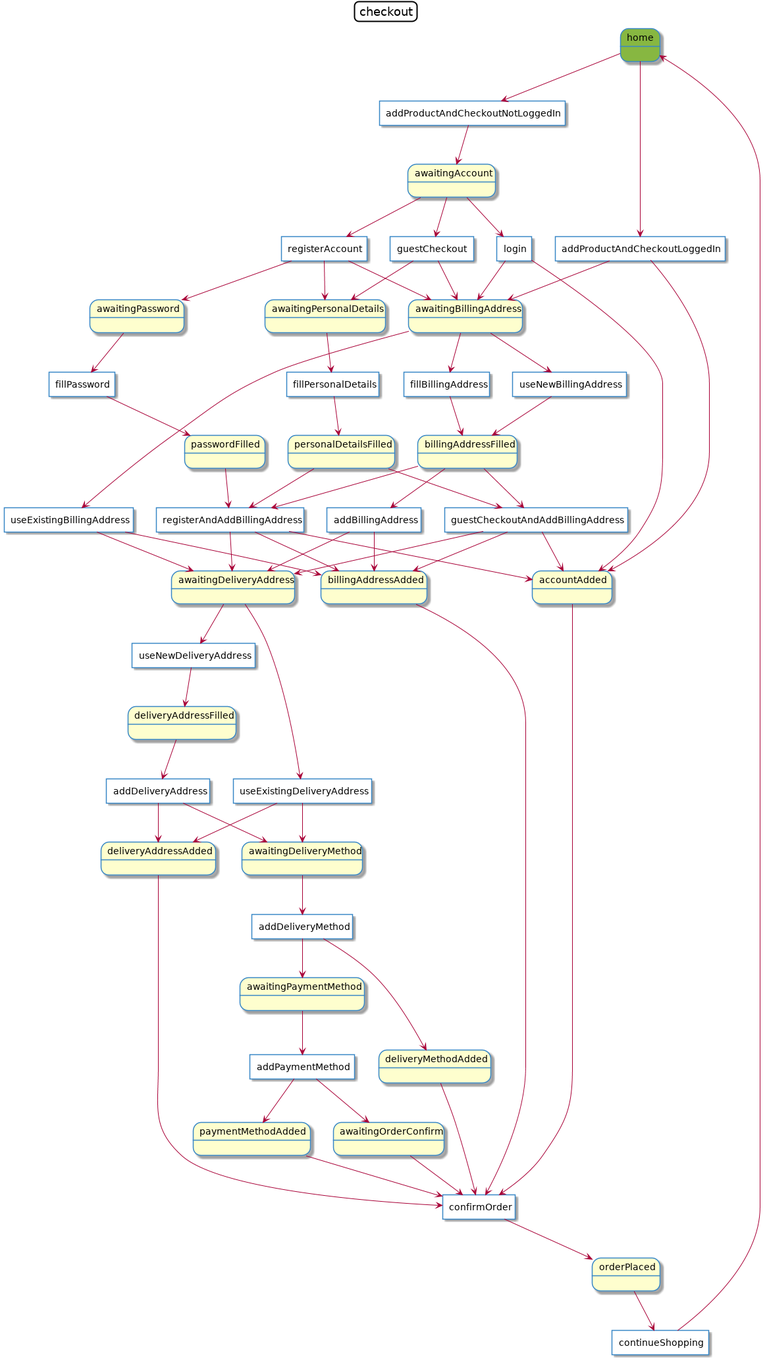
tienvx/mbt-examples keeps this PlantUML diagram as config/packages/dev/models/checkout/checkout.puml.png. Above is the earlier version.
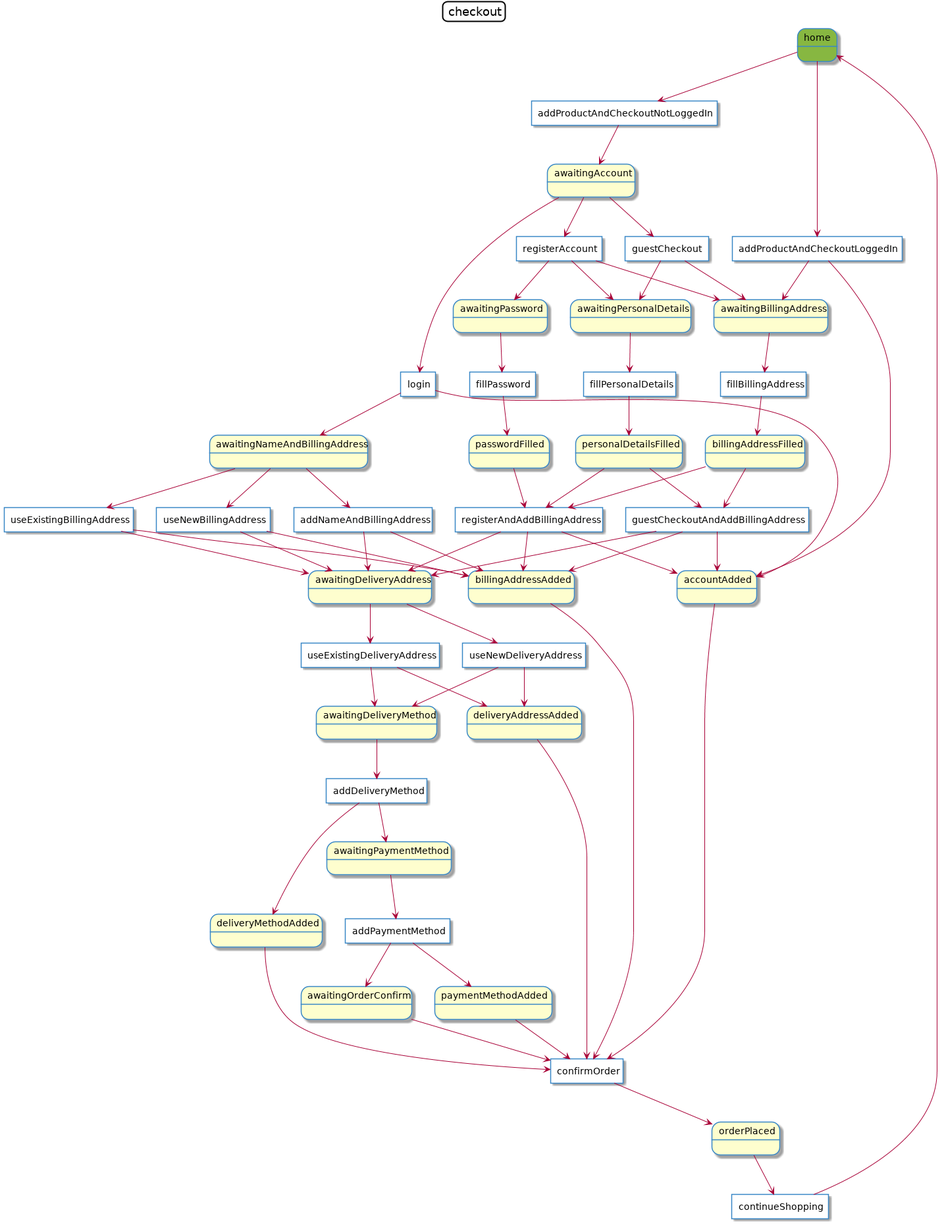
After the commit.

Diff of the diagram source:
```diff
@@ -20,9 +20,9 @@
 state "personalDetailsFilled"
 state "passwordFilled"
 state "billingAddressFilled"
-state "deliveryAddressFilled"
 state "awaitingAccount"
 state "awaitingBillingAddress"
+state "awaitingNameAndBillingAddress"
 state "awaitingDeliveryAddress"
 state "awaitingDeliveryMethod"
 state "awaitingPaymentMethod"
@@ -40,15 +40,14 @@
 agent "registerAccount"
 agent "useExistingBillingAddress"
 agent "useNewBillingAddress"
-agent "addBillingAddress"
 agent "fillPersonalDetails"
 agent "fillPassword"
 agent "fillBillingAddress"
+agent "addNameAndBillingAddress"
 agent "registerAndAddBillingAddress"
 agent "guestCheckoutAndAddBillingAddress"
 agent "useExistingDeliveryAddress"
 agent "useNewDeliveryAddress"
-agent "addDeliveryAddress"
 agent "addDeliveryMethod"
 agent "addPaymentMethod"
 agent "confirmOrder"
@@ -60,7 +59,7 @@
 "addProductAndCheckoutLoggedIn" --> "awaitingBillingAddress"
 "awaitingAccount" --> "login"
 "login" --> "accountAdded"
-"login" --> "awaitingBillingAddress"
+"login" --> "awaitingNameAndBillingAddress"
 "awaitingAccount" --> "guestCheckout"
 "guestCheckout" --> "awaitingPersonalDetails"
 "guestCheckout" --> "awaitingBillingAddress"
@@ -68,20 +67,21 @@
 "registerAccount" --> "awaitingPersonalDetails"
 "registerAccount" --> "awaitingPassword"
 "registerAccount" --> "awaitingBillingAddress"
-"awaitingBillingAddress" --> "useExistingBillingAddress"
+"awaitingNameAndBillingAddress" --> "useExistingBillingAddress"
 "useExistingBillingAddress" --> "billingAddressAdded"
 "useExistingBillingAddress" --> "awaitingDeliveryAddress"
-"awaitingBillingAddress" --> "useNewBillingAddress"
-"useNewBillingAddress" --> "billingAddressFilled"
-"billingAddressFilled" --> "addBillingAddress"
-"addBillingAddress" --> "billingAddressAdded"
-"addBillingAddress" --> "awaitingDeliveryAddress"
+"awaitingNameAndBillingAddress" --> "useNewBillingAddress"
+"useNewBillingAddress" --> "billingAddressAdded"
+"useNewBillingAddress" --> "awaitingDeliveryAddress"
 "awaitingPersonalDetails" --> "fillPersonalDetails"
 "fillPersonalDetails" --> "personalDetailsFilled"
 "awaitingPassword" --> "fillPassword"
 "fillPassword" --> "passwordFilled"
 "awaitingBillingAddress" --> "fillBillingAddress"
 "fillBillingAddress" --> "billingAddressFilled"
+"awaitingNameAndBillingAddress" --> "addNameAndBillingAddress"
+"addNameAndBillingAddress" --> "billingAddressAdded"
+"addNameAndBillingAddress" --> "awaitingDeliveryAddress"
 "personalDetailsFilled" --> "registerAndAddBillingAddress"
 "registerAndAddBillingAddress" --> "accountAdded"
 "registerAndAddBillingAddress" --> "billingAddressAdded"
@@ -97,10 +97,8 @@
 "useExistingDeliveryAddress" --> "deliveryAddressAdded"
 "useExistingDeliveryAddress" --> "awaitingDeliveryMethod"
 "awaitingDeliveryAddress" --> "useNewDeliveryAddress"
-"useNewDeliveryAddress" --> "deliveryAddressFilled"
-"deliveryAddressFilled" --> "addDeliveryAddress"
-"addDeliveryAddress" --> "deliveryAddressAdded"
-"addDeliveryAddress" --> "awaitingDeliveryMethod"
+"useNewDeliveryAddress" --> "deliveryAddressAdded"
+"useNewDeliveryAddress" --> "awaitingDeliveryMethod"
 "awaitingDeliveryMethod" --> "addDeliveryMethod"
 "addDeliveryMethod" --> "deliveryMethodAdded"
 "addDeliveryMethod" --> "awaitingPaymentMethod"
```
